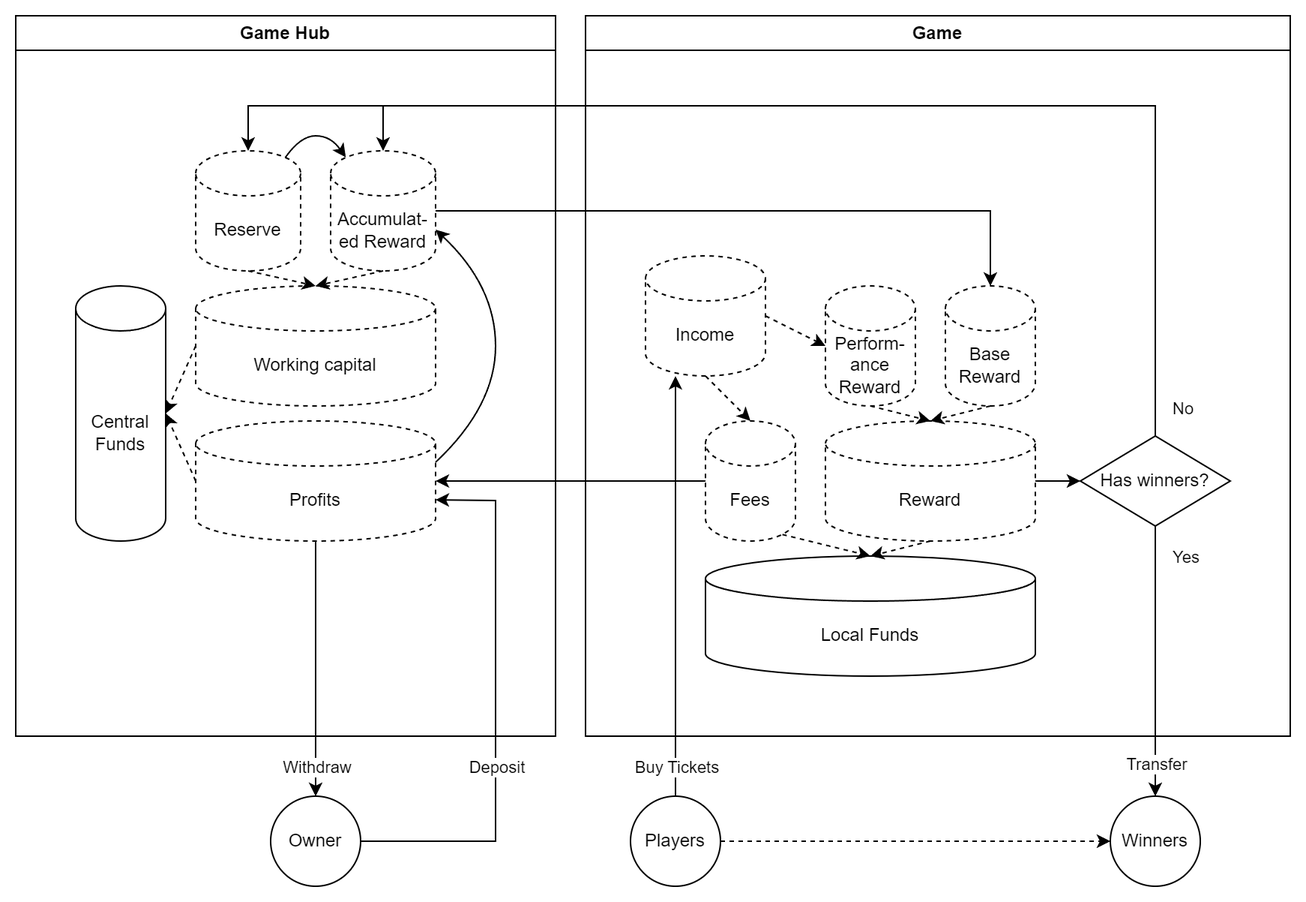
Earlier version of the draw.io export docs/diagrams/LuckyGameCapitalCycle.png (linhntaim/ethereum-lottery-contract). Source tidied: cells renumbered, new cells last; positions are measured from the earlier drawing's top-left corner, leaving out a move shared by most shapes.
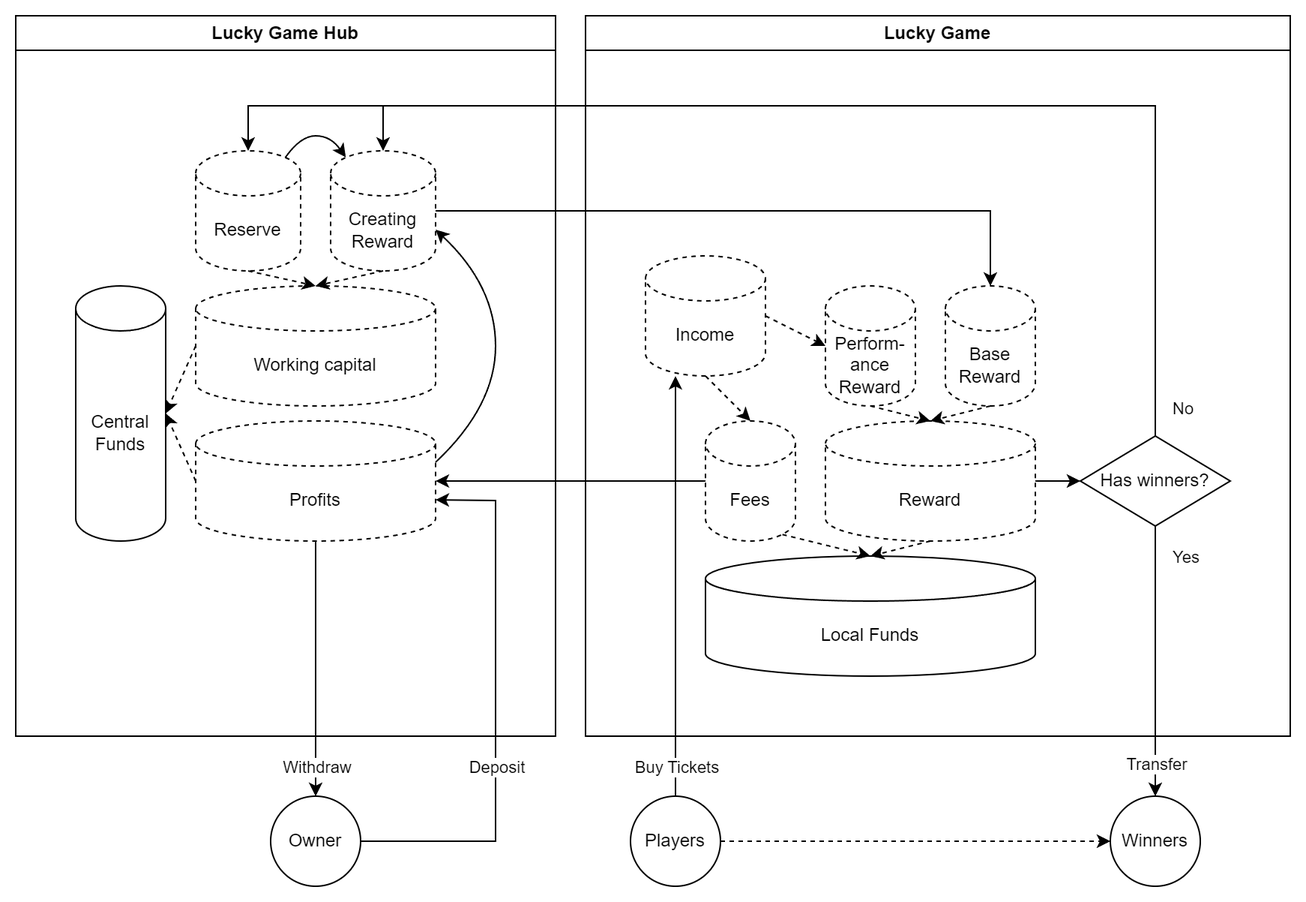
Later version of the same file.

The edit, as a diff of the source:
```diff
@@ -2,7 +2,7 @@
   <root>
     <mxCell id="0" />
     <mxCell id="1" parent="0" />
-    <mxCell id="2" value="Game Hub" style="swimlane;whiteSpace=wrap;html=1;" parent="1" vertex="1">
+    <mxCell id="2" value="Lucky Game Hub" style="swimlane;whiteSpace=wrap;html=1;" parent="1" vertex="1">
       <mxGeometry width="360" height="480" as="geometry" />
     </mxCell>
     <mxCell id="3" value="Central&lt;br&gt;Funds" style="shape=cylinder3;whiteSpace=wrap;html=1;boundedLbl=1;backgroundOutline=1;size=15;" parent="2" vertex="1">
@@ -31,7 +31,7 @@
     <mxCell id="9" value="Reserve" style="shape=cylinder3;whiteSpace=wrap;html=1;boundedLbl=1;backgroundOutline=1;size=15;dashed=1;" parent="2" vertex="1">
       <mxGeometry x="120" y="90" width="70" height="80" as="geometry" />
     </mxCell>
-    <mxCell id="10" value="Accumulat-ed Reward" style="shape=cylinder3;whiteSpace=wrap;html=1;boundedLbl=1;backgroundOutline=1;size=15;dashed=1;" parent="2" vertex="1">
+    <mxCell id="10" value="Creating Reward" style="shape=cylinder3;whiteSpace=wrap;html=1;boundedLbl=1;backgroundOutline=1;size=15;dashed=1;" parent="2" vertex="1">
       <mxGeometry x="210" y="90" width="70" height="80" as="geometry" />
     </mxCell>
     <mxCell id="11" style="endArrow=classic;html=1;rounded=0;exitX=0.5;exitY=1;exitDx=0;exitDy=0;exitPerimeter=0;entryX=0.5;entryY=0;entryDx=0;entryDy=0;entryPerimeter=0;dashed=1;" parent="2" edge="1" source="9" target="4">
@@ -48,7 +48,7 @@
         </Array>
       </mxGeometry>
     </mxCell>
-    <mxCell id="14" value="Game" style="swimlane;whiteSpace=wrap;html=1;" parent="1" vertex="1">
+    <mxCell id="14" value="Lucky Game" style="swimlane;whiteSpace=wrap;html=1;" parent="1" vertex="1">
       <mxGeometry x="380" width="470" height="480" as="geometry" />
     </mxCell>
     <mxCell id="15" value="Base&lt;br&gt;Reward" style="shape=cylinder3;whiteSpace=wrap;html=1;boundedLbl=1;backgroundOutline=1;size=15;dashed=1;" parent="14" vertex="1">
```
